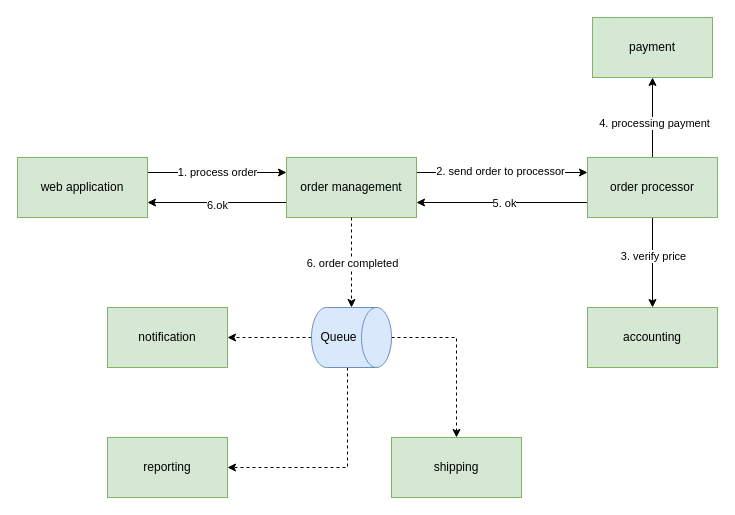
Before: workflows/order_processor_movie.drawio in movies-albrains/.github, a draw.io diagram. Source tidied: cells renumbered, new cells numbered last; positions are measured from the earlier drawing's top-left corner, leaving out a move shared by most shapes. Both pictures are drawn from the tidied source at 100%, with x=0, y=0 at pixel (17, 17).
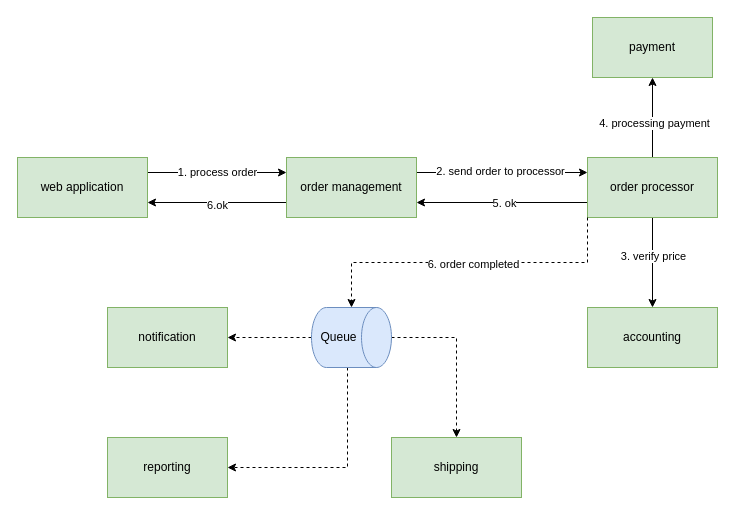
The same diagram, later.

Commit message:
Mettre à jour order_processor_movie.drawio

The change refers to these unchanged cells:
```xml
<mxCell id="9" value="order management" style="rounded=0;whiteSpace=wrap;html=1;fillColor=#d5e8d4;strokeColor=#82b366;" parent="1" vertex="1">
  <mxGeometry x="269" y="140" width="130" height="60" as="geometry" />
</mxCell>
<mxCell id="16" value="order processor" style="rounded=0;whiteSpace=wrap;html=1;fillColor=#d5e8d4;strokeColor=#82b366;" parent="1" vertex="1">
  <mxGeometry x="570" y="140" width="130" height="60" as="geometry" />
</mxCell>
<mxCell id="22" value="Queue" style="shape=cylinder3;whiteSpace=wrap;html=1;boundedLbl=1;backgroundOutline=1;size=15;direction=south;fillColor=#dae8fc;strokeColor=#6c8ebf;" parent="1" vertex="1">
  <mxGeometry x="294" y="290" width="80" height="60" as="geometry" />
</mxCell>
```

The edit, as a diff of the source:
```diff
@@
-    <mxCell id="26" style="edgeStyle=orthogonalEdgeStyle;rounded=0;jettySize=auto;html=1;entryX=0;entryY=0.5;entryDx=0;entryDy=0;entryPerimeter=0;dashed=1;" parent="1" edge="1" source="9" target="22">
-      <mxGeometry relative="1" as="geometry" />
-    </mxCell>
+    <mxCell id="28" style="edgeStyle=orthogonalEdgeStyle;rounded=0;jettySize=auto;html=1;exitX=0;exitY=1;exitDx=0;exitDy=0;entryX=0;entryY=0.5;entryDx=0;entryDy=0;entryPerimeter=0;dashed=1;" parent="1" edge="1" source="16" target="22">
+      <mxGeometry relative="1" as="geometry" />
+    </mxCell>
-    <mxCell id="27" value="6. order completed" style="edgeLabel;html=1;align=center;verticalAlign=middle;" parent="26" vertex="1">
-      <mxGeometry relative="1" as="geometry" />
+    <mxCell id="27" value="6. order completed" style="edgeLabel;html=1;align=center;verticalAlign=middle;" parent="28" vertex="1">
+      <mxGeometry x="-0.02" y="1" relative="1" as="geometry" />
     </mxCell>
```
